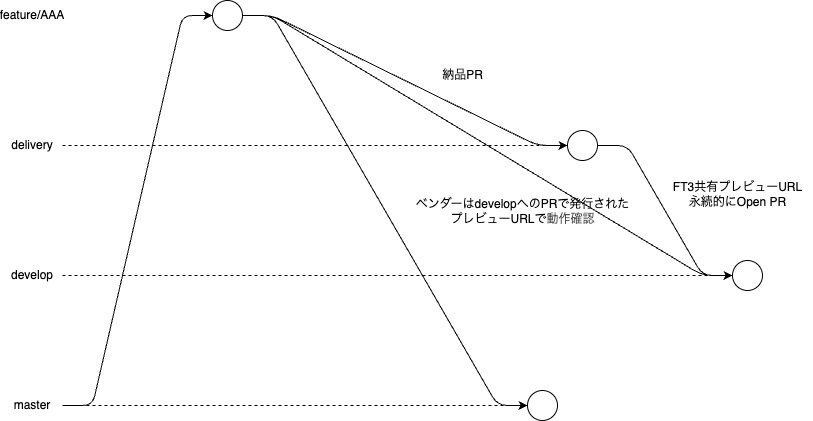
This is 02.打ち合わせ資料/img/delivery.png from takemitsu255/ux-docs, a draw.io export, as it was before one commit. Source tidied: cells renumbered, new cells last; positions are measured from the earlier drawing's top-left corner, leaving out a move shared by most shapes.
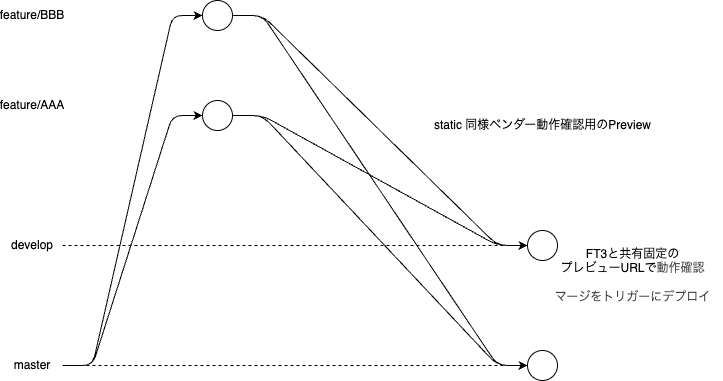
Above is the later version.

Diff of the diagram source:
```diff
@@ -5,6 +5,9 @@
     <mxCell id="2" style="edgeStyle=entityRelationEdgeStyle;html=1;entryX=0;entryY=0.5;entryDx=0;entryDy=0;" parent="1" edge="1" source="3" target="13">
       <mxGeometry relative="1" as="geometry" />
     </mxCell>
+    <mxCell id="21" style="edgeStyle=entityRelationEdgeStyle;html=1;entryX=0;entryY=0.5;entryDx=0;entryDy=0;" parent="1" edge="1" source="3" target="25">
+      <mxGeometry relative="1" as="geometry" />
+    </mxCell>
     <mxCell id="3" value="master" style="text;html=1;align=center;verticalAlign=middle;whiteSpace=wrap;rounded=0;" parent="1" vertex="1">
       <mxGeometry y="390" width="60" height="30" as="geometry" />
     </mxCell>
@@ -12,23 +15,14 @@
       <mxGeometry relative="1" as="geometry" />
     </mxCell>
     <mxCell id="5" value="&lt;span style=&quot;color: rgb(0, 0, 0);&quot;&gt;&lt;span style=&quot;color: rgb(0, 0, 0);&quot;&gt;develop&lt;/span&gt;&lt;/span&gt;" style="text;html=1;align=center;verticalAlign=middle;whiteSpace=wrap;rounded=0;" parent="1" vertex="1">
-      <mxGeometry y="260" width="60" height="30" as="geometry" />
+      <mxGeometry y="270" width="60" height="30" as="geometry" />
     </mxCell>
-    <mxCell id="6" style="edgeStyle=none;html=1;entryX=0;entryY=0.5;entryDx=0;entryDy=0;dashed=1;" parent="1" edge="1" source="7" target="15">
-      <mxGeometry relative="1" as="geometry" />
-    </mxCell>
-    <mxCell id="7" value="&lt;span style=&quot;color: rgb(0, 0, 0);&quot;&gt;delivery&lt;/span&gt;" style="text;html=1;align=center;verticalAlign=middle;whiteSpace=wrap;rounded=0;" parent="1" vertex="1">
-      <mxGeometry y="130" width="60" height="30" as="geometry" />
-    </mxCell>
     <mxCell id="8" value="&lt;span style=&quot;color: rgb(0, 0, 0);&quot;&gt;feature/AAA&lt;/span&gt;" style="text;html=1;align=center;verticalAlign=middle;whiteSpace=wrap;rounded=0;" parent="1" vertex="1">
-      <mxGeometry width="60" height="30" as="geometry" />
+      <mxGeometry y="130" width="60" height="30" as="geometry" />
     </mxCell>
     <mxCell id="9" style="ellipse;whiteSpace=wrap;html=1;" parent="1" vertex="1">
-      <mxGeometry x="730" y="260" width="30" height="30" as="geometry" />
+      <mxGeometry x="525" y="270" width="30" height="30" as="geometry" />
     </mxCell>
-    <mxCell id="10" style="edgeStyle=entityRelationEdgeStyle;html=1;entryX=0;entryY=0.5;entryDx=0;entryDy=0;" parent="1" edge="1" source="13" target="15">
-      <mxGeometry relative="1" as="geometry" />
-    </mxCell>
     <mxCell id="11" style="edgeStyle=entityRelationEdgeStyle;html=1;entryX=0;entryY=0.5;entryDx=0;entryDy=0;" parent="1" edge="1" source="13" target="17">
       <mxGeometry relative="1" as="geometry" />
     </mxCell>
@@ -36,28 +30,35 @@
       <mxGeometry relative="1" as="geometry" />
     </mxCell>
     <mxCell id="13" style="ellipse;whiteSpace=wrap;html=1;" parent="1" vertex="1">
-      <mxGeometry x="210" width="30" height="30" as="geometry" />
+      <mxGeometry x="200" y="140" width="30" height="30" as="geometry" />
     </mxCell>
-    <mxCell id="14" style="edgeStyle=entityRelationEdgeStyle;html=1;entryX=0;entryY=0.5;entryDx=0;entryDy=0;" parent="1" edge="1" source="15" target="9">
-      <mxGeometry relative="1" as="geometry" />
-    </mxCell>
-    <mxCell id="15" style="ellipse;whiteSpace=wrap;html=1;" parent="1" vertex="1">
-      <mxGeometry x="565" y="130" width="30" height="30" as="geometry" />
-    </mxCell>
     <mxCell id="16" style="edgeStyle=none;html=1;dashed=1;" parent="1" edge="1" source="3" target="17">
       <mxGeometry relative="1" as="geometry" />
     </mxCell>
     <mxCell id="17" style="ellipse;whiteSpace=wrap;html=1;" parent="1" vertex="1">
       <mxGeometry x="525" y="390" width="30" height="30" as="geometry" />
     </mxCell>
-    <mxCell id="18" value="&lt;span style=&quot;color: rgb(0, 0, 0);&quot;&gt;FT3共有プレビューURL&lt;/span&gt;&lt;br&gt;永続的にOpen PR" style="text;html=1;align=center;verticalAlign=middle;strokeColor=none;fillColor=none;" parent="1" vertex="1">
-      <mxGeometry x="660" y="174" width="150" height="40" as="geometry" />
-    </mxCell>
-    <mxCell id="19" value="&lt;br&gt;ベンダーはdevelopへのPRで発行された&lt;div&gt;&lt;font color=&quot;#000000&quot;&gt;プレビューURLで&lt;/font&gt;&lt;span style=&quot;color: rgb(63, 63, 63); background-color: transparent;&quot;&gt;動作確認&lt;/span&gt;&lt;/div&gt;" style="text;html=1;align=center;verticalAlign=middle;strokeColor=none;fillColor=none;" parent="1" vertex="1">
-      <mxGeometry x="400" y="174" width="240" height="60" as="geometry" />
+    <mxCell id="19" value="FT3と共有固定の&lt;br&gt;&lt;div&gt;&lt;font color=&quot;#000000&quot;&gt;プレビューURLで&lt;/font&gt;&lt;span style=&quot;color: rgb(63, 63, 63); background-color: transparent;&quot;&gt;動作確認&lt;/span&gt;&lt;/div&gt;&lt;div&gt;&lt;span style=&quot;color: rgb(63, 63, 63); background-color: transparent;&quot;&gt;&lt;br&gt;&lt;/span&gt;&lt;/div&gt;&lt;div&gt;&lt;span style=&quot;color: rgb(63, 63, 63); background-color: transparent;&quot;&gt;マージをトリガーにデプロイ&lt;/span&gt;&lt;/div&gt;" style="text;html=1;align=center;verticalAlign=middle;strokeColor=none;fillColor=none;" parent="1" vertex="1">
+      <mxGeometry x="540" y="280" width="180" height="70" as="geometry" />
     </mxCell>
-    <mxCell id="20" value="&lt;span style=&quot;color: rgb(0, 0, 0);&quot;&gt;納品PR&lt;/span&gt;" style="text;html=1;align=center;verticalAlign=middle;strokeColor=none;fillColor=none;" parent="1" vertex="1">
-      <mxGeometry x="430" y="60" width="60" height="30" as="geometry" />
+    <mxCell id="20" value="&lt;div&gt;&lt;font color=&quot;#000000&quot;&gt;static 同様ベンダー動作確認用のPreview&lt;/font&gt;&lt;/div&gt;" style="text;html=1;align=center;verticalAlign=middle;strokeColor=none;fillColor=none;" parent="1" vertex="1">
+      <mxGeometry x="420" y="150" width="240" height="30" as="geometry" />
     </mxCell>
+    <mxCell id="22" value="&lt;span style=&quot;color: rgb(0, 0, 0);&quot;&gt;feature/BBB&lt;/span&gt;" style="text;html=1;align=center;verticalAlign=middle;whiteSpace=wrap;rounded=0;" parent="1" vertex="1">
+      <mxGeometry y="40" width="60" height="30" as="geometry" />
+    </mxCell>
+    <mxCell id="23" style="edgeStyle=entityRelationEdgeStyle;html=1;exitX=1;exitY=0.5;exitDx=0;exitDy=0;entryX=0;entryY=0.5;entryDx=0;entryDy=0;" parent="1" edge="1" source="25" target="9">
+      <mxGeometry relative="1" as="geometry">
+        <Array as="points">
+          <mxPoint x="520" y="400" />
+        </Array>
+      </mxGeometry>
+    </mxCell>
+    <mxCell id="24" style="edgeStyle=entityRelationEdgeStyle;html=1;entryX=0;entryY=0.5;entryDx=0;entryDy=0;" parent="1" edge="1" source="25" target="17">
+      <mxGeometry relative="1" as="geometry" />
+    </mxCell>
+    <mxCell id="25" style="ellipse;whiteSpace=wrap;html=1;" parent="1" vertex="1">
+      <mxGeometry x="200" y="40" width="30" height="30" as="geometry" />
+    </mxCell>
   </root>
 </mxGraphModel>
```
